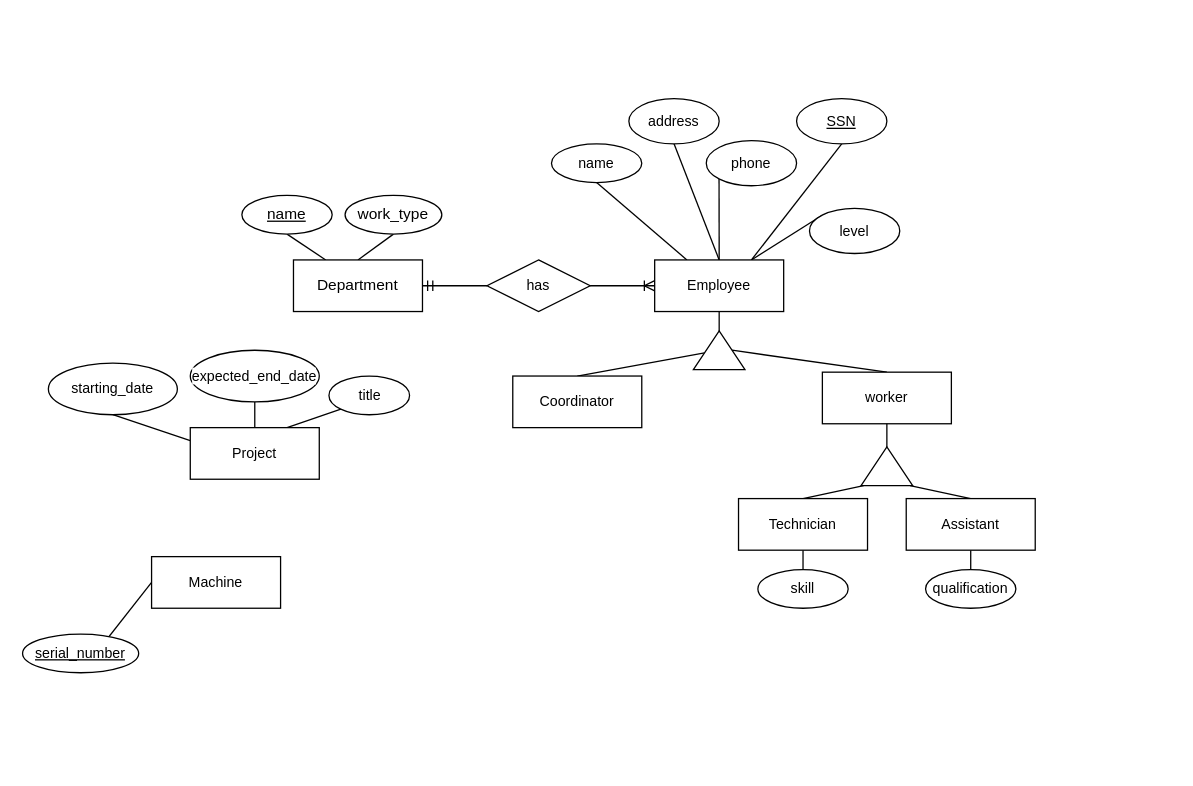
Above: ERD/bridge-erd.drawio in tuanrmit/ISYS3414 (draw.io), before the change. Source tidied: cells renumbered, new cells numbered last; positions are measured from the earlier drawing's top-left corner, leaving out a move shared by most shapes. Both pictures are drawn from the tidied source at 129%, with x=0, y=0 at pixel (22, 98).
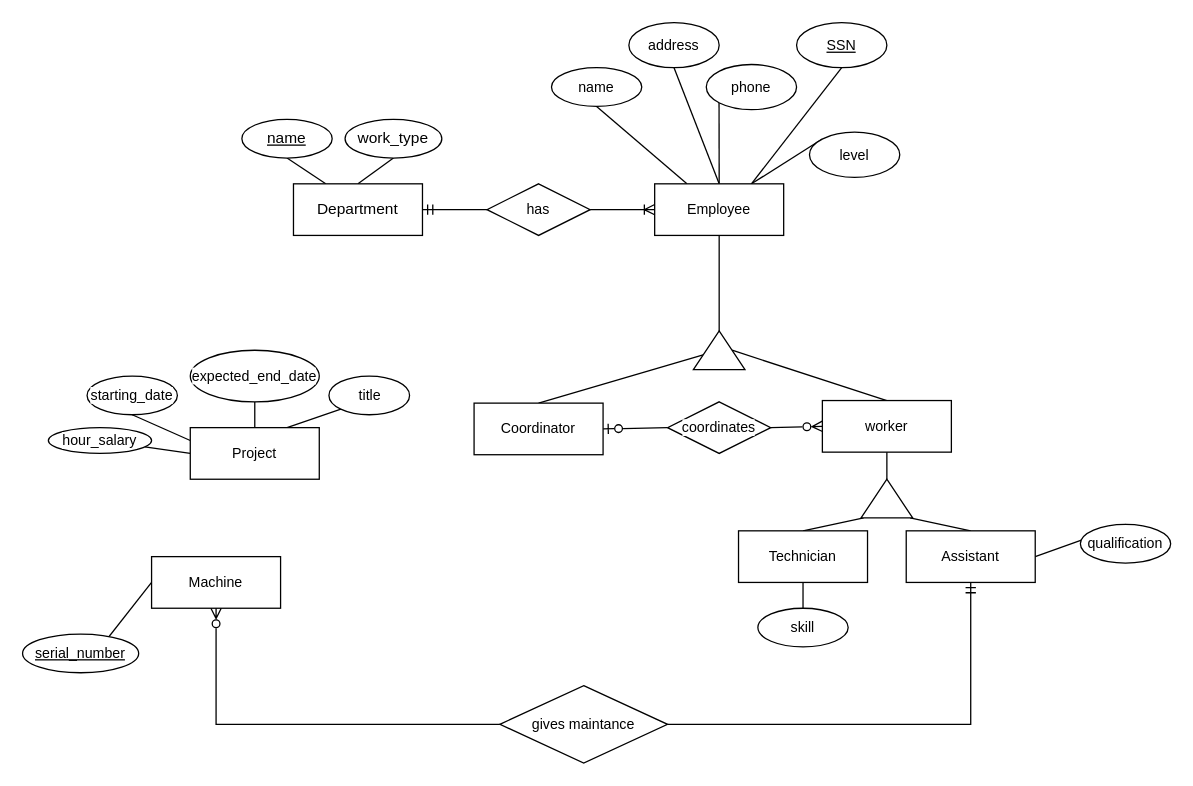
After the change.

The change refers to these unchanged cells:
```xml
<mxCell id="34" value="Project" style="whiteSpace=wrap;html=1;align=center;fontFamily=Helvetica;fontSize=11;fontColor=default;labelBackgroundColor=default;" parent="1" vertex="1">
  <mxGeometry x="130" y="255" width="100" height="40" as="geometry" />
</mxCell>
<mxCell id="36" value="Machine" style="whiteSpace=wrap;html=1;align=center;fontFamily=Helvetica;fontSize=11;fontColor=default;labelBackgroundColor=default;" parent="1" vertex="1">
  <mxGeometry x="100" y="355" width="100" height="40" as="geometry" />
</mxCell>
```

Diff of the diagram source:
```diff
@@
     <mxCell id="5" value="Department" style="whiteSpace=wrap;html=1;align=center;" parent="1" vertex="1">
-      <mxGeometry x="210" y="125" width="100" height="40" as="geometry" />
+      <mxGeometry x="210" y="66" width="100" height="40" as="geometry" />
     </mxCell>
     <mxCell id="6" value="&lt;u&gt;name&lt;/u&gt;" style="ellipse;whiteSpace=wrap;html=1;align=center;" parent="1" vertex="1">
-      <mxGeometry x="170" y="75" width="70" height="30" as="geometry" />
+      <mxGeometry x="170" y="16" width="70" height="30" as="geometry" />
     </mxCell>
     <mxCell id="7" value="work_type" style="ellipse;whiteSpace=wrap;html=1;align=center;" parent="1" vertex="1">
-      <mxGeometry x="250" y="75" width="75" height="30" as="geometry" />
+      <mxGeometry x="250" y="16" width="75" height="30" as="geometry" />
     </mxCell>
@@
     <mxCell id="13" value="Employee" style="whiteSpace=wrap;html=1;align=center;fontFamily=Helvetica;fontSize=11;fontColor=default;labelBackgroundColor=default;" parent="1" vertex="1">
-      <mxGeometry x="490" y="125" width="100" height="40" as="geometry" />
+      <mxGeometry x="490" y="66" width="100" height="40" as="geometry" />
     </mxCell>
@@
     <mxCell id="15" value="has" style="shape=rhombus;perimeter=rhombusPerimeter;whiteSpace=wrap;html=1;align=center;fontFamily=Helvetica;fontSize=11;fontColor=default;labelBackgroundColor=default;" parent="1" vertex="1">
-      <mxGeometry x="360" y="125" width="80" height="40" as="geometry" />
+      <mxGeometry x="360" y="66" width="80" height="40" as="geometry" />
     </mxCell>
     <mxCell id="16" value="name" style="ellipse;whiteSpace=wrap;html=1;align=center;fontFamily=Helvetica;fontSize=11;fontColor=default;labelBackgroundColor=default;" parent="1" vertex="1">
-      <mxGeometry x="410" y="35" width="70" height="30" as="geometry" />
+      <mxGeometry x="410" y="-24" width="70" height="30" as="geometry" />
     </mxCell>
     <mxCell id="17" value="address" style="ellipse;whiteSpace=wrap;html=1;align=center;fontFamily=Helvetica;fontSize=11;fontColor=default;labelBackgroundColor=default;" parent="1" vertex="1">
-      <mxGeometry x="470" width="70" height="35" as="geometry" />
+      <mxGeometry x="470" y="-59" width="70" height="35" as="geometry" />
     </mxCell>
     <mxCell id="18" value="phone" style="ellipse;whiteSpace=wrap;html=1;align=center;fontFamily=Helvetica;fontSize=11;fontColor=default;labelBackgroundColor=default;" parent="1" vertex="1">
-      <mxGeometry x="530" y="32.5" width="70" height="35" as="geometry" />
+      <mxGeometry x="530" y="-26.5" width="70" height="35" as="geometry" />
     </mxCell>
     <mxCell id="19" value="&lt;u&gt;SSN&lt;/u&gt;" style="ellipse;whiteSpace=wrap;html=1;align=center;fontFamily=Helvetica;fontSize=11;fontColor=default;labelBackgroundColor=default;" parent="1" vertex="1">
-      <mxGeometry x="600" width="70" height="35" as="geometry" />
+      <mxGeometry x="600" y="-59" width="70" height="35" as="geometry" />
     </mxCell>
@@
+    <mxCell id="47" style="edgeStyle=none;shape=connector;rounded=0;jettySize=auto;html=1;exitX=1;exitY=0.5;exitDx=0;exitDy=0;entryX=0;entryY=0.5;entryDx=0;entryDy=0;strokeColor=default;align=center;verticalAlign=middle;fontFamily=Helvetica;fontSize=11;fontColor=default;labelBackgroundColor=default;endArrow=none;endFill=0;startArrow=ERzeroToOne;startFill=0;" parent="1" edge="1" source="21" target="51">
+      <mxGeometry relative="1" as="geometry" />
+    </mxCell>
     <mxCell id="21" value="Coordinator" style="whiteSpace=wrap;html=1;align=center;fontFamily=Helvetica;fontSize=11;fontColor=default;labelBackgroundColor=default;" parent="1" vertex="1">
-      <mxGeometry x="380" y="215" width="100" height="40" as="geometry" />
+      <mxGeometry x="350" y="236" width="100" height="40" as="geometry" />
     </mxCell>
@@
-    <mxCell id="23" style="edgeStyle=none;shape=connector;rounded=0;jettySize=auto;html=1;exitX=0.5;exitY=1;exitDx=0;exitDy=0;entryX=0.5;entryY=0;entryDx=0;entryDy=0;strokeColor=default;align=center;verticalAlign=middle;fontFamily=Helvetica;fontSize=11;fontColor=default;labelBackgroundColor=default;endArrow=none;endFill=0;" parent="1" edge="1" source="24" target="30">
+    <mxCell id="23" style="edgeStyle=none;shape=connector;rounded=0;jettySize=auto;html=1;exitX=0.5;exitY=1;exitDx=0;exitDy=0;strokeColor=default;align=center;verticalAlign=middle;fontFamily=Helvetica;fontSize=11;fontColor=default;labelBackgroundColor=default;endArrow=none;endFill=0;" parent="1" edge="1" source="24" target="30">
       <mxGeometry relative="1" as="geometry" />
     </mxCell>
     <mxCell id="24" value="Technician" style="whiteSpace=wrap;html=1;align=center;fontFamily=Helvetica;fontSize=11;fontColor=default;labelBackgroundColor=default;strokeColor=default;verticalAlign=middle;fillColor=default;" parent="1" vertex="1">
-      <mxGeometry x="555" y="310" width="100" height="40" as="geometry" />
+      <mxGeometry x="555" y="335" width="100" height="40" as="geometry" />
     </mxCell>
@@
-    <mxCell id="26" style="edgeStyle=none;shape=connector;rounded=0;jettySize=auto;html=1;exitX=0.5;exitY=1;exitDx=0;exitDy=0;entryX=0.5;entryY=0;entryDx=0;entryDy=0;strokeColor=default;align=center;verticalAlign=middle;fontFamily=Helvetica;fontSize=11;fontColor=default;labelBackgroundColor=default;endArrow=none;endFill=0;" parent="1" edge="1" source="27" target="38">
+    <mxCell id="26" style="edgeStyle=none;shape=connector;rounded=0;jettySize=auto;html=1;exitX=1;exitY=0.5;exitDx=0;exitDy=0;entryX=0.5;entryY=0;entryDx=0;entryDy=0;strokeColor=default;align=center;verticalAlign=middle;fontFamily=Helvetica;fontSize=11;fontColor=default;labelBackgroundColor=default;endArrow=none;endFill=0;" parent="1" edge="1" source="27" target="38">
       <mxGeometry relative="1" as="geometry" />
     </mxCell>
+    <mxCell id="48" style="edgeStyle=orthogonalEdgeStyle;shape=connector;rounded=0;jettySize=auto;html=1;exitX=0.5;exitY=1;exitDx=0;exitDy=0;entryX=1;entryY=0.5;entryDx=0;entryDy=0;strokeColor=default;align=center;verticalAlign=middle;fontFamily=Helvetica;fontSize=11;fontColor=default;labelBackgroundColor=default;endArrow=none;endFill=0;startArrow=ERmandOne;startFill=0;" parent="1" edge="1" source="27" target="53">
+      <mxGeometry relative="1" as="geometry" />
+    </mxCell>
     <mxCell id="27" value="Assistant" style="whiteSpace=wrap;html=1;align=center;fontFamily=Helvetica;fontSize=11;fontColor=default;labelBackgroundColor=default;strokeColor=default;verticalAlign=middle;fillColor=default;" parent="1" vertex="1">
-      <mxGeometry x="685" y="310" width="100" height="40" as="geometry" />
+      <mxGeometry x="685" y="335" width="100" height="40" as="geometry" />
     </mxCell>
@@
     <mxCell id="30" value="skill" style="ellipse;whiteSpace=wrap;html=1;align=center;fontFamily=Helvetica;fontSize=11;fontColor=default;labelBackgroundColor=default;" parent="1" vertex="1">
-      <mxGeometry x="570" y="365" width="70" height="30" as="geometry" />
+      <mxGeometry x="570" y="395" width="70" height="30" as="geometry" />
     </mxCell>
@@
+    <mxCell id="49" style="edgeStyle=none;shape=connector;rounded=0;jettySize=auto;html=1;exitX=0;exitY=0.5;exitDx=0;exitDy=0;strokeColor=default;align=center;verticalAlign=middle;fontFamily=Helvetica;fontSize=11;fontColor=default;labelBackgroundColor=default;endArrow=none;endFill=0;" parent="1" edge="1" source="34" target="54">
+      <mxGeometry relative="1" as="geometry" />
+    </mxCell>
@@
     <mxCell id="38" value="qualification" style="ellipse;whiteSpace=wrap;html=1;align=center;fontFamily=Helvetica;fontSize=11;fontColor=default;labelBackgroundColor=default;" parent="1" vertex="1">
-      <mxGeometry x="700" y="365" width="70" height="30" as="geometry" />
+      <mxGeometry x="820" y="330" width="70" height="30" as="geometry" />
     </mxCell>
     <mxCell id="39" value="starting_date" style="ellipse;whiteSpace=wrap;html=1;align=center;fontFamily=Helvetica;fontSize=11;fontColor=default;labelBackgroundColor=default;" parent="1" vertex="1">
-      <mxGeometry x="20" y="205" width="100" height="40" as="geometry" />
+      <mxGeometry x="50" y="215" width="70" height="30" as="geometry" />
     </mxCell>
@@
     <mxCell id="42" value="level" style="ellipse;whiteSpace=wrap;html=1;align=center;fontFamily=Helvetica;fontSize=11;fontColor=default;labelBackgroundColor=default;" parent="1" vertex="1">
-      <mxGeometry x="610" y="85" width="70" height="35" as="geometry" />
+      <mxGeometry x="610" y="26" width="70" height="35" as="geometry" />
     </mxCell>
@@
     <mxCell id="44" value="worker" style="whiteSpace=wrap;html=1;align=center;fontFamily=Helvetica;fontSize=11;fontColor=default;labelBackgroundColor=default;strokeColor=default;verticalAlign=middle;fillColor=default;" parent="1" vertex="1">
-      <mxGeometry x="620" y="212" width="100" height="40" as="geometry" />
+      <mxGeometry x="620" y="234" width="100" height="40" as="geometry" />
     </mxCell>
@@
     <mxCell id="46" style="triangle;whiteSpace=wrap;html=1;fontFamily=Helvetica;fontSize=11;fontColor=default;labelBackgroundColor=default;rotation=-90;" parent="1" vertex="1">
-      <mxGeometry x="655" y="265" width="30" height="40" as="geometry" />
+      <mxGeometry x="655" y="290" width="30" height="40" as="geometry" />
     </mxCell>
+    <mxCell id="50" style="edgeStyle=none;shape=connector;rounded=0;jettySize=auto;html=1;exitX=1;exitY=0.5;exitDx=0;exitDy=0;entryX=0;entryY=0.5;entryDx=0;entryDy=0;strokeColor=default;align=center;verticalAlign=middle;fontFamily=Helvetica;fontSize=11;fontColor=default;labelBackgroundColor=default;endArrow=ERzeroToMany;endFill=0;" parent="1" edge="1" source="51" target="44">
+      <mxGeometry relative="1" as="geometry" />
+    </mxCell>
+    <mxCell id="51" value="coordinates" style="shape=rhombus;perimeter=rhombusPerimeter;whiteSpace=wrap;html=1;align=center;fontFamily=Helvetica;fontSize=11;fontColor=default;labelBackgroundColor=default;" parent="1" vertex="1">
+      <mxGeometry x="500" y="235" width="80" height="40" as="geometry" />
+    </mxCell>
+    <mxCell id="52" style="edgeStyle=orthogonalEdgeStyle;shape=connector;rounded=0;jettySize=auto;html=1;exitX=0;exitY=0.5;exitDx=0;exitDy=0;entryX=0.5;entryY=1;entryDx=0;entryDy=0;strokeColor=default;align=center;verticalAlign=middle;fontFamily=Helvetica;fontSize=11;fontColor=default;labelBackgroundColor=default;endArrow=ERzeroToMany;endFill=0;" parent="1" edge="1" source="53" target="36">
+      <mxGeometry relative="1" as="geometry" />
+    </mxCell>
+    <mxCell id="53" value="gives maintance" style="shape=rhombus;perimeter=rhombusPerimeter;whiteSpace=wrap;html=1;align=center;fontFamily=Helvetica;fontSize=11;fontColor=default;labelBackgroundColor=default;" parent="1" vertex="1">
+      <mxGeometry x="370" y="455" width="130" height="60" as="geometry" />
+    </mxCell>
+    <mxCell id="54" value="hour_salary" style="ellipse;whiteSpace=wrap;html=1;align=center;fontFamily=Helvetica;fontSize=11;fontColor=default;labelBackgroundColor=default;" parent="1" vertex="1">
+      <mxGeometry x="20" y="255" width="80" height="20" as="geometry" />
+    </mxCell>
```
